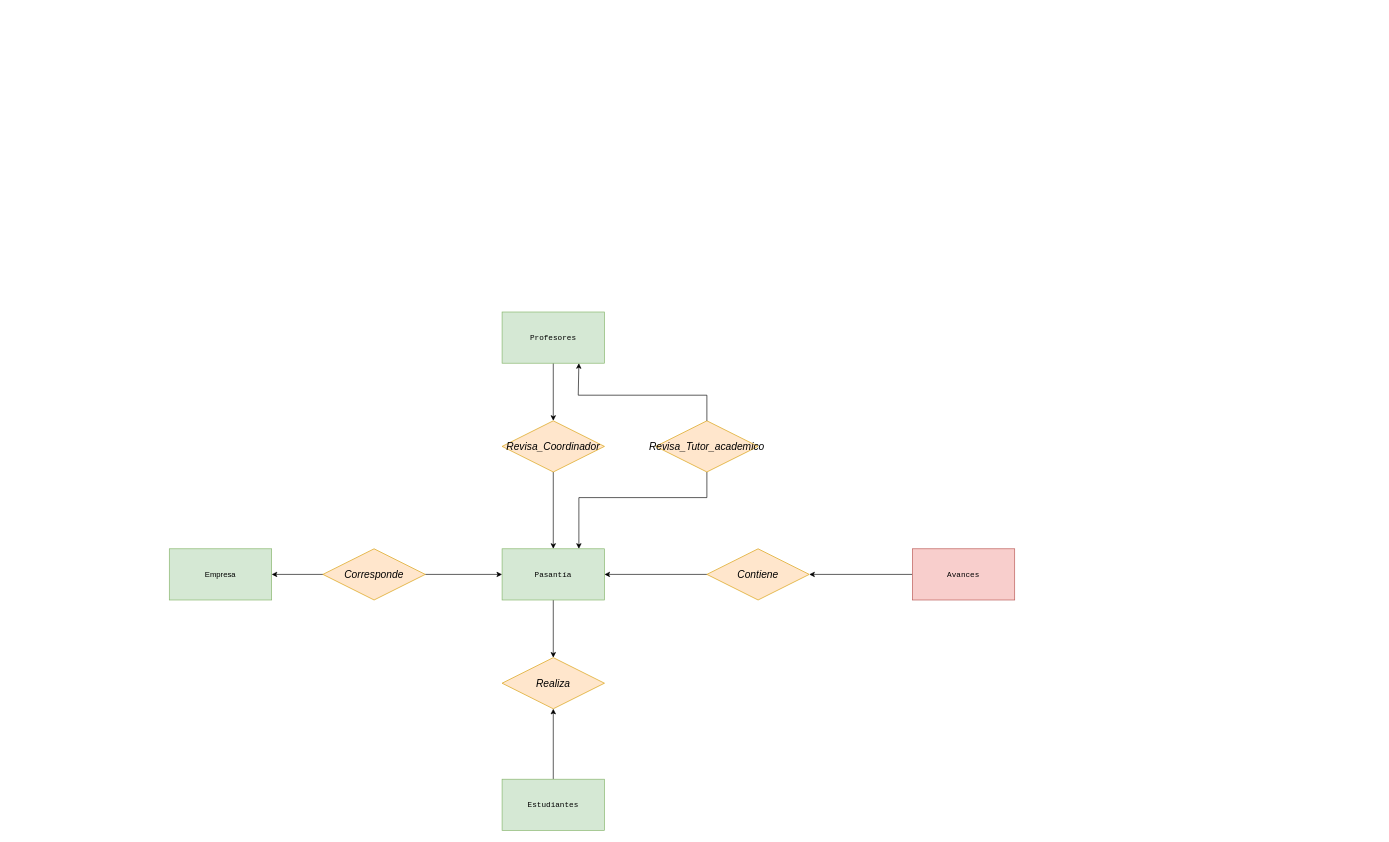
Lu27656348/SPP-UCABG keeps this draw.io diagram as page "DER - Pasantía" (6 of 6) of Diagrama sin título.drawio. Above is the earlier version. Source tidied: cells renumbered, new cells numbered last; positions are measured from the earlier drawing's top-left corner, leaving out a move shared by most shapes. Both pictures are drawn from the tidied source at 64%, with x=0, y=0 at pixel (169, 312).
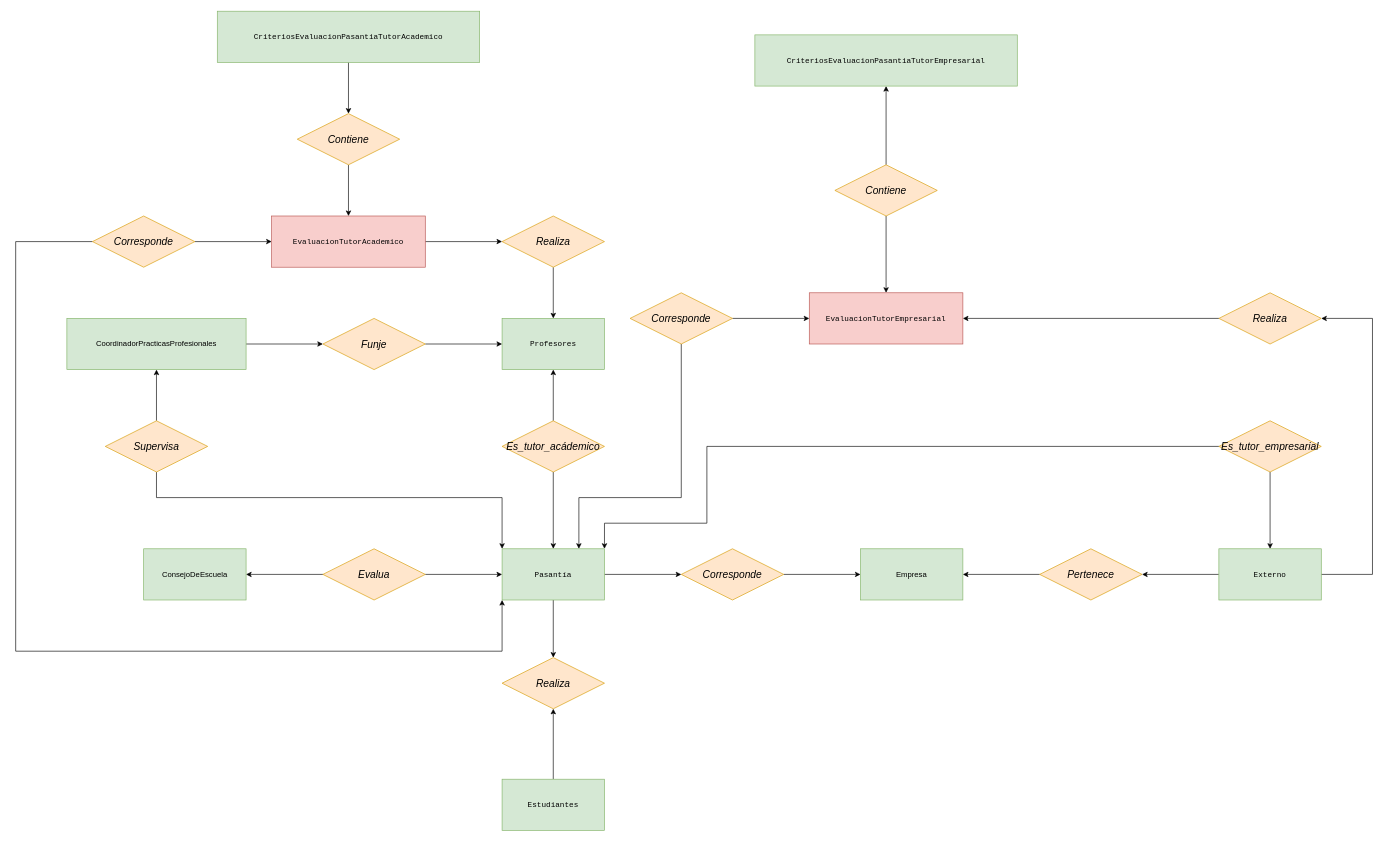
The same diagram, later.

The change refers to these unchanged cells:
```xml
<mxCell id="3" value="&lt;font face=&quot;Courier New&quot;&gt;Pasantía&lt;/font&gt;" style="rounded=0;whiteSpace=wrap;html=1;fillColor=#d5e8d4;strokeColor=#82b366;" parent="1" vertex="1">
  <mxGeometry x="520" y="370" width="160" height="80" as="geometry" />
</mxCell>
```

The edit, as a diff of the source:
```diff
@@
+    <mxCell id="22" style="edgeStyle=orthogonalEdgeStyle;rounded=0;jettySize=auto;html=1;entryX=0;entryY=0.5;entryDx=0;entryDy=0;" parent="1" edge="1" source="3" target="21">
+      <mxGeometry relative="1" as="geometry" />
+    </mxCell>
@@
-    <mxCell id="7" style="edgeStyle=orthogonalEdgeStyle;rounded=0;jettySize=auto;html=1;entryX=1;entryY=0.5;entryDx=0;entryDy=0;" parent="1" edge="1" source="8" target="18">
-      <mxGeometry relative="1" as="geometry" />
-    </mxCell>
-    <mxCell id="8" value="&lt;font face=&quot;Courier New&quot;&gt;Avances&lt;/font&gt;" style="rounded=0;whiteSpace=wrap;html=1;fillColor=#f8cecc;strokeColor=#b85450;" parent="1" vertex="1">
-      <mxGeometry x="1161" y="370" width="160" height="80" as="geometry" />
-    </mxCell>
-    <mxCell id="9" style="edgeStyle=orthogonalEdgeStyle;rounded=0;jettySize=auto;html=1;entryX=0.5;entryY=0;entryDx=0;entryDy=0;" parent="1" edge="1" source="10" target="13">
-      <mxGeometry relative="1" as="geometry" />
-    </mxCell>
     <mxCell id="10" value="&lt;div&gt;&lt;font face=&quot;Courier New&quot;&gt;Profesores&lt;/font&gt;&lt;/div&gt;" style="rounded=0;whiteSpace=wrap;html=1;fillColor=#d5e8d4;strokeColor=#82b366;" parent="1" vertex="1">
-      <mxGeometry x="520" width="160" height="80" as="geometry" />
+      <mxGeometry x="520" y="10" width="160" height="80" as="geometry" />
     </mxCell>
     <mxCell id="11" value="Empresa" style="rounded=0;whiteSpace=wrap;html=1;fillColor=#d5e8d4;strokeColor=#82b366;" parent="1" vertex="1">
-      <mxGeometry y="370" width="160" height="80" as="geometry" />
+      <mxGeometry x="1080" y="370" width="160" height="80" as="geometry" />
     </mxCell>
-    <mxCell id="12" style="edgeStyle=orthogonalEdgeStyle;rounded=0;jettySize=auto;html=1;" parent="1" edge="1" source="13" target="3">
-      <mxGeometry relative="1" as="geometry" />
-    </mxCell>
-    <mxCell id="13" value="Revisa_Coordinador" style="rhombus;whiteSpace=wrap;html=1;fillColor=#ffe6cc;strokeColor=#d79b00;fontStyle=2;fontSize=16;" parent="1" vertex="1">
-      <mxGeometry x="520" y="170" width="160" height="80" as="geometry" />
-    </mxCell>
-    <mxCell id="14" style="edgeStyle=orthogonalEdgeStyle;rounded=0;jettySize=auto;html=1;entryX=0.75;entryY=0;entryDx=0;entryDy=0;" parent="1" edge="1" source="15" target="3">
-      <mxGeometry relative="1" as="geometry">
-        <Array as="points">
-          <mxPoint x="840" y="290" />
-          <mxPoint x="640" y="290" />
-        </Array>
-      </mxGeometry>
-    </mxCell>
+    <mxCell id="23" style="edgeStyle=orthogonalEdgeStyle;rounded=0;jettySize=auto;html=1;entryX=0.5;entryY=0;entryDx=0;entryDy=0;" parent="1" edge="1" source="15" target="50">
+      <mxGeometry relative="1" as="geometry" />
+    </mxCell>
+    <mxCell id="24" style="edgeStyle=orthogonalEdgeStyle;rounded=0;jettySize=auto;html=1;entryX=0.5;entryY=1;entryDx=0;entryDy=0;" parent="1" edge="1" source="15" target="35">
+      <mxGeometry relative="1" as="geometry" />
+    </mxCell>
-    <mxCell id="15" value="Revisa_Tutor_academico" style="rhombus;whiteSpace=wrap;html=1;fillColor=#ffe6cc;strokeColor=#d79b00;fontStyle=2;fontSize=16;" parent="1" vertex="1">
-      <mxGeometry x="760" y="170" width="160" height="80" as="geometry" />
+    <mxCell id="15" value="Contiene" style="rhombus;whiteSpace=wrap;html=1;fillColor=#ffe6cc;strokeColor=#d79b00;fontStyle=2;fontSize=16;" parent="1" vertex="1">
+      <mxGeometry x="1040" y="-230" width="160" height="80" as="geometry" />
     </mxCell>
-    <mxCell id="16" style="edgeStyle=orthogonalEdgeStyle;rounded=0;jettySize=auto;html=1;entryX=0.75;entryY=1;entryDx=0;entryDy=0;" parent="1" edge="1" source="15" target="10">
-      <mxGeometry relative="1" as="geometry">
-        <Array as="points">
-          <mxPoint x="840" y="130" />
-          <mxPoint x="639" y="130" />
-          <mxPoint x="639" y="80" />
-        </Array>
-      </mxGeometry>
-    </mxCell>
-    <mxCell id="17" style="edgeStyle=orthogonalEdgeStyle;rounded=0;jettySize=auto;html=1;entryX=1;entryY=0.5;entryDx=0;entryDy=0;" parent="1" edge="1" source="18" target="3">
-      <mxGeometry relative="1" as="geometry" />
-    </mxCell>
-    <mxCell id="18" value="Contiene" style="rhombus;whiteSpace=wrap;html=1;fillColor=#ffe6cc;strokeColor=#d79b00;fontStyle=2;fontSize=16;" parent="1" vertex="1">
-      <mxGeometry x="840" y="370" width="160" height="80" as="geometry" />
-    </mxCell>
-    <mxCell id="19" style="edgeStyle=orthogonalEdgeStyle;rounded=0;jettySize=auto;html=1;entryX=0;entryY=0.5;entryDx=0;entryDy=0;" parent="1" edge="1" source="21" target="3">
-      <mxGeometry relative="1" as="geometry" />
-    </mxCell>
-    <mxCell id="20" style="edgeStyle=orthogonalEdgeStyle;rounded=0;jettySize=auto;html=1;entryX=1;entryY=0.5;entryDx=0;entryDy=0;" parent="1" edge="1" source="21" target="11">
+    <mxCell id="20" style="edgeStyle=orthogonalEdgeStyle;rounded=0;jettySize=auto;html=1;entryX=0;entryY=0.5;entryDx=0;entryDy=0;" parent="1" edge="1" source="21" target="11">
       <mxGeometry relative="1" as="geometry" />
     </mxCell>
     <mxCell id="21" value="Corresponde" style="rhombus;whiteSpace=wrap;html=1;fillColor=#ffe6cc;strokeColor=#d79b00;fontStyle=2;fontSize=16;" parent="1" vertex="1">
-      <mxGeometry x="240" y="370" width="160" height="80" as="geometry" />
+      <mxGeometry x="800" y="370" width="160" height="80" as="geometry" />
     </mxCell>
+    <mxCell id="25" style="edgeStyle=orthogonalEdgeStyle;rounded=0;jettySize=auto;html=1;entryX=0.5;entryY=0;entryDx=0;entryDy=0;" parent="1" edge="1" source="27" target="3">
+      <mxGeometry relative="1" as="geometry" />
+    </mxCell>
+    <mxCell id="26" style="edgeStyle=orthogonalEdgeStyle;rounded=0;jettySize=auto;html=1;entryX=0.5;entryY=1;entryDx=0;entryDy=0;" parent="1" edge="1" source="27" target="10">
+      <mxGeometry relative="1" as="geometry" />
+    </mxCell>
+    <mxCell id="27" value="Es_tutor_acádemico" style="rhombus;whiteSpace=wrap;html=1;fillColor=#ffe6cc;strokeColor=#d79b00;fontStyle=2;fontSize=16;" parent="1" vertex="1">
+      <mxGeometry x="520" y="170" width="160" height="80" as="geometry" />
+    </mxCell>
+    <mxCell id="28" style="edgeStyle=orthogonalEdgeStyle;rounded=0;jettySize=auto;html=1;entryX=0;entryY=0.5;entryDx=0;entryDy=0;" parent="1" edge="1" source="29" target="10">
+      <mxGeometry relative="1" as="geometry" />
+    </mxCell>
+    <mxCell id="29" value="Funje" style="rhombus;whiteSpace=wrap;html=1;fillColor=#ffe6cc;strokeColor=#d79b00;fontStyle=2;fontSize=16;" parent="1" vertex="1">
+      <mxGeometry x="240" y="10" width="160" height="80" as="geometry" />
+    </mxCell>
+    <mxCell id="30" style="edgeStyle=orthogonalEdgeStyle;rounded=0;jettySize=auto;html=1;entryX=0;entryY=0.5;entryDx=0;entryDy=0;" parent="1" edge="1" source="31" target="29">
+      <mxGeometry relative="1" as="geometry" />
+    </mxCell>
+    <mxCell id="31" value="CoordinadorPracticasProfesionales" style="rounded=0;whiteSpace=wrap;html=1;fillColor=#d5e8d4;strokeColor=#82b366;" parent="1" vertex="1">
+      <mxGeometry x="-160" y="10" width="280" height="80" as="geometry" />
+    </mxCell>
+    <mxCell id="32" style="edgeStyle=orthogonalEdgeStyle;rounded=0;jettySize=auto;html=1;entryX=0;entryY=0;entryDx=0;entryDy=0;" parent="1" edge="1" source="34" target="3">
+      <mxGeometry relative="1" as="geometry">
+        <Array as="points">
+          <mxPoint x="-20" y="290" />
+          <mxPoint x="520" y="290" />
+        </Array>
+      </mxGeometry>
+    </mxCell>
+    <mxCell id="33" style="edgeStyle=orthogonalEdgeStyle;rounded=0;jettySize=auto;html=1;entryX=0.5;entryY=1;entryDx=0;entryDy=0;" parent="1" edge="1" source="34" target="31">
+      <mxGeometry relative="1" as="geometry" />
+    </mxCell>
+    <mxCell id="34" value="Supervisa" style="rhombus;whiteSpace=wrap;html=1;fillColor=#ffe6cc;strokeColor=#d79b00;fontStyle=2;fontSize=16;" parent="1" vertex="1">
+      <mxGeometry x="-100" y="170" width="160" height="80" as="geometry" />
+    </mxCell>
+    <mxCell id="35" value="&lt;font face=&quot;Courier New&quot;&gt;CriteriosEvaluacionPasantiaTutorEmpresarial&lt;/font&gt;" style="rounded=0;whiteSpace=wrap;html=1;fillColor=#d5e8d4;strokeColor=#82b366;" parent="1" vertex="1">
+      <mxGeometry x="915" y="-433" width="410" height="80" as="geometry" />
+    </mxCell>
+    <mxCell id="36" style="edgeStyle=orthogonalEdgeStyle;rounded=0;jettySize=auto;html=1;entryX=1;entryY=0.5;entryDx=0;entryDy=0;" parent="1" edge="1" source="37" target="11">
+      <mxGeometry relative="1" as="geometry" />
+    </mxCell>
+    <mxCell id="37" value="Pertenece" style="rhombus;whiteSpace=wrap;html=1;fillColor=#ffe6cc;strokeColor=#d79b00;fontStyle=2;fontSize=16;" parent="1" vertex="1">
+      <mxGeometry x="1360" y="370" width="160" height="80" as="geometry" />
+    </mxCell>
+    <mxCell id="38" style="edgeStyle=orthogonalEdgeStyle;rounded=0;jettySize=auto;html=1;entryX=1;entryY=0.5;entryDx=0;entryDy=0;" parent="1" edge="1" source="40" target="37">
+      <mxGeometry relative="1" as="geometry" />
+    </mxCell>
+    <mxCell id="39" style="edgeStyle=orthogonalEdgeStyle;rounded=0;jettySize=auto;html=1;entryX=1;entryY=0.5;entryDx=0;entryDy=0;" parent="1" edge="1" source="40" target="49">
+      <mxGeometry relative="1" as="geometry">
+        <Array as="points">
+          <mxPoint x="1880" y="410" />
+          <mxPoint x="1880" y="10" />
+        </Array>
+      </mxGeometry>
+    </mxCell>
+    <mxCell id="40" value="&lt;font face=&quot;Courier New&quot;&gt;Externo&lt;/font&gt;" style="rounded=0;whiteSpace=wrap;html=1;fillColor=#d5e8d4;strokeColor=#82b366;" parent="1" vertex="1">
+      <mxGeometry x="1640" y="370" width="160" height="80" as="geometry" />
+    </mxCell>
+    <mxCell id="41" value="ConsejoDeEscuela" style="rounded=0;whiteSpace=wrap;html=1;fillColor=#d5e8d4;strokeColor=#82b366;" parent="1" vertex="1">
+      <mxGeometry x="-40" y="370" width="160" height="80" as="geometry" />
+    </mxCell>
+    <mxCell id="42" style="edgeStyle=orthogonalEdgeStyle;rounded=0;jettySize=auto;html=1;entryX=0;entryY=0.5;entryDx=0;entryDy=0;" parent="1" edge="1" source="44" target="3">
+      <mxGeometry relative="1" as="geometry" />
+    </mxCell>
+    <mxCell id="43" style="edgeStyle=orthogonalEdgeStyle;rounded=0;jettySize=auto;html=1;entryX=1;entryY=0.5;entryDx=0;entryDy=0;" parent="1" edge="1" source="44" target="41">
+      <mxGeometry relative="1" as="geometry" />
+    </mxCell>
+    <mxCell id="44" value="Evalua" style="rhombus;whiteSpace=wrap;html=1;fillColor=#ffe6cc;strokeColor=#d79b00;fontStyle=2;fontSize=16;" parent="1" vertex="1">
+      <mxGeometry x="240" y="370" width="160" height="80" as="geometry" />
+    </mxCell>
+    <mxCell id="45" style="edgeStyle=orthogonalEdgeStyle;rounded=0;jettySize=auto;html=1;entryX=0.5;entryY=0;entryDx=0;entryDy=0;" parent="1" edge="1" source="47" target="40">
+      <mxGeometry relative="1" as="geometry" />
+    </mxCell>
+    <mxCell id="46" style="edgeStyle=orthogonalEdgeStyle;rounded=0;jettySize=auto;html=1;entryX=1;entryY=0;entryDx=0;entryDy=0;" parent="1" edge="1" source="47" target="3">
+      <mxGeometry relative="1" as="geometry">
+        <Array as="points">
+          <mxPoint x="840" y="210" />
+          <mxPoint x="840" y="330" />
+          <mxPoint x="680" y="330" />
+        </Array>
+      </mxGeometry>
+    </mxCell>
+    <mxCell id="47" value="Es_tutor_empresarial" style="rhombus;whiteSpace=wrap;html=1;fillColor=#ffe6cc;strokeColor=#d79b00;fontStyle=2;fontSize=16;" parent="1" vertex="1">
+      <mxGeometry x="1640" y="170" width="160" height="80" as="geometry" />
+    </mxCell>
+    <mxCell id="48" style="edgeStyle=orthogonalEdgeStyle;rounded=0;jettySize=auto;html=1;entryX=1;entryY=0.5;entryDx=0;entryDy=0;" parent="1" edge="1" source="49" target="50">
+      <mxGeometry relative="1" as="geometry" />
+    </mxCell>
+    <mxCell id="49" value="Realiza" style="rhombus;whiteSpace=wrap;html=1;fillColor=#ffe6cc;strokeColor=#d79b00;fontStyle=2;fontSize=16;" parent="1" vertex="1">
+      <mxGeometry x="1640" y="-30" width="160" height="80" as="geometry" />
+    </mxCell>
+    <mxCell id="50" value="&lt;font face=&quot;Courier New&quot;&gt;EvaluacionTutorEmpresarial&lt;/font&gt;" style="rounded=0;whiteSpace=wrap;html=1;fillColor=#f8cecc;strokeColor=#b85450;" parent="1" vertex="1">
+      <mxGeometry x="1000" y="-30" width="240" height="80" as="geometry" />
+    </mxCell>
+    <mxCell id="51" style="edgeStyle=orthogonalEdgeStyle;rounded=0;jettySize=auto;html=1;entryX=0.75;entryY=0;entryDx=0;entryDy=0;" parent="1" edge="1" source="53" target="3">
+      <mxGeometry relative="1" as="geometry">
+        <Array as="points">
+          <mxPoint x="800" y="290" />
+          <mxPoint x="640" y="290" />
+        </Array>
+      </mxGeometry>
+    </mxCell>
+    <mxCell id="52" style="edgeStyle=orthogonalEdgeStyle;rounded=0;jettySize=auto;html=1;entryX=0;entryY=0.5;entryDx=0;entryDy=0;" parent="1" edge="1" source="53" target="50">
+      <mxGeometry relative="1" as="geometry" />
+    </mxCell>
+    <mxCell id="53" value="Corresponde" style="rhombus;whiteSpace=wrap;html=1;fillColor=#ffe6cc;strokeColor=#d79b00;fontStyle=2;fontSize=16;" parent="1" vertex="1">
+      <mxGeometry x="720" y="-30" width="160" height="80" as="geometry" />
+    </mxCell>
+    <mxCell id="54" style="edgeStyle=orthogonalEdgeStyle;rounded=0;jettySize=auto;html=1;entryX=0.5;entryY=0;entryDx=0;entryDy=0;" parent="1" edge="1" source="55" target="10">
+      <mxGeometry relative="1" as="geometry" />
+    </mxCell>
+    <mxCell id="55" value="Realiza" style="rhombus;whiteSpace=wrap;html=1;fillColor=#ffe6cc;strokeColor=#d79b00;fontStyle=2;fontSize=16;" parent="1" vertex="1">
+      <mxGeometry x="520" y="-150" width="160" height="80" as="geometry" />
+    </mxCell>
+    <mxCell id="56" style="edgeStyle=orthogonalEdgeStyle;rounded=0;jettySize=auto;html=1;entryX=0;entryY=0.5;entryDx=0;entryDy=0;" parent="1" edge="1" source="57" target="55">
+      <mxGeometry relative="1" as="geometry" />
+    </mxCell>
+    <mxCell id="57" value="&lt;font face=&quot;Courier New&quot;&gt;EvaluacionTutorAcademico&lt;/font&gt;" style="rounded=0;whiteSpace=wrap;html=1;fillColor=#f8cecc;strokeColor=#b85450;" parent="1" vertex="1">
+      <mxGeometry x="160" y="-150" width="240" height="80" as="geometry" />
+    </mxCell>
+    <mxCell id="58" style="edgeStyle=orthogonalEdgeStyle;rounded=0;jettySize=auto;html=1;entryX=0;entryY=1;entryDx=0;entryDy=0;" parent="1" edge="1" source="60" target="3">
+      <mxGeometry relative="1" as="geometry">
+        <Array as="points">
+          <mxPoint x="-240" y="-110" />
+          <mxPoint x="-240" y="530" />
+          <mxPoint x="520" y="530" />
+        </Array>
+      </mxGeometry>
+    </mxCell>
+    <mxCell id="59" style="edgeStyle=orthogonalEdgeStyle;rounded=0;jettySize=auto;html=1;entryX=0;entryY=0.5;entryDx=0;entryDy=0;" parent="1" edge="1" source="60" target="57">
+      <mxGeometry relative="1" as="geometry" />
+    </mxCell>
+    <mxCell id="60" value="Corresponde" style="rhombus;whiteSpace=wrap;html=1;fillColor=#ffe6cc;strokeColor=#d79b00;fontStyle=2;fontSize=16;" parent="1" vertex="1">
+      <mxGeometry x="-120" y="-150" width="160" height="80" as="geometry" />
+    </mxCell>
+    <mxCell id="61" style="edgeStyle=orthogonalEdgeStyle;rounded=0;jettySize=auto;html=1;entryX=0.5;entryY=0;entryDx=0;entryDy=0;" parent="1" edge="1" source="18" target="57">
+      <mxGeometry relative="1" as="geometry" />
+    </mxCell>
+    <mxCell id="18" value="Contiene" style="rhombus;whiteSpace=wrap;html=1;fillColor=#ffe6cc;strokeColor=#d79b00;fontStyle=2;fontSize=16;" parent="1" vertex="1">
+      <mxGeometry x="200" y="-310" width="160" height="80" as="geometry" />
+    </mxCell>
+    <mxCell id="62" style="edgeStyle=orthogonalEdgeStyle;rounded=0;jettySize=auto;html=1;entryX=0.5;entryY=0;entryDx=0;entryDy=0;" parent="1" edge="1" source="63" target="18">
+      <mxGeometry relative="1" as="geometry" />
+    </mxCell>
+    <mxCell id="63" value="&lt;font face=&quot;Courier New&quot;&gt;CriteriosEvaluacionPasantiaTutorAcademico&lt;/font&gt;" style="rounded=0;whiteSpace=wrap;html=1;fillColor=#d5e8d4;strokeColor=#82b366;" parent="1" vertex="1">
+      <mxGeometry x="75" y="-470" width="410" height="80" as="geometry" />
+    </mxCell>
```
